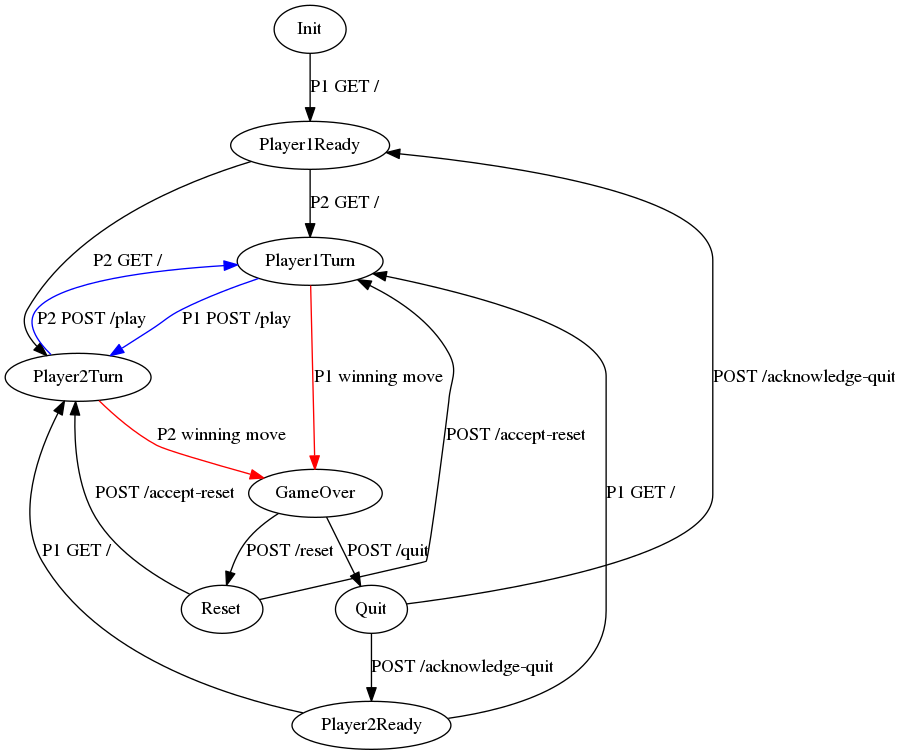
The Graphviz diagram doc/finite-state-machine.png in lj-ditrapani/tic-tac-toe, before a commit. Its source is kept beside it as doc/finite-state-machine.dot. The source it was exported from:
```dot
digraph {
Init -> Player1Ready[label="P1 GET /"];
Player1Ready -> Player1Turn[label="P2 GET /"];
Player1Ready -> Player2Turn[label="P2 GET /"];
Player2Ready -> Player1Turn[label="P1 GET /"];
Player2Ready -> Player2Turn[label="P1 GET /"];
Player1Turn -> Player2Turn[label="P1 POST /play", color="blue"];
Player2Turn -> Player1Turn[label="P2 POST /play", color="blue"];
Player1Turn -> GameOver[label="P1 winning move", color="red"];
Player2Turn -> GameOver[label="P2 winning move", color="red"];
GameOver -> Reset[label="POST /reset"];
GameOver -> Quit[label="POST /quit"];
Reset -> Player1Turn[label="POST /accept-reset"];
Reset -> Player2Turn[label="POST /accept-reset"];
Quit -> Player1Ready[label="POST /acknowledge-quit"];
Quit -> Player2Ready[label="POST /acknowledge-quit"];
}
```
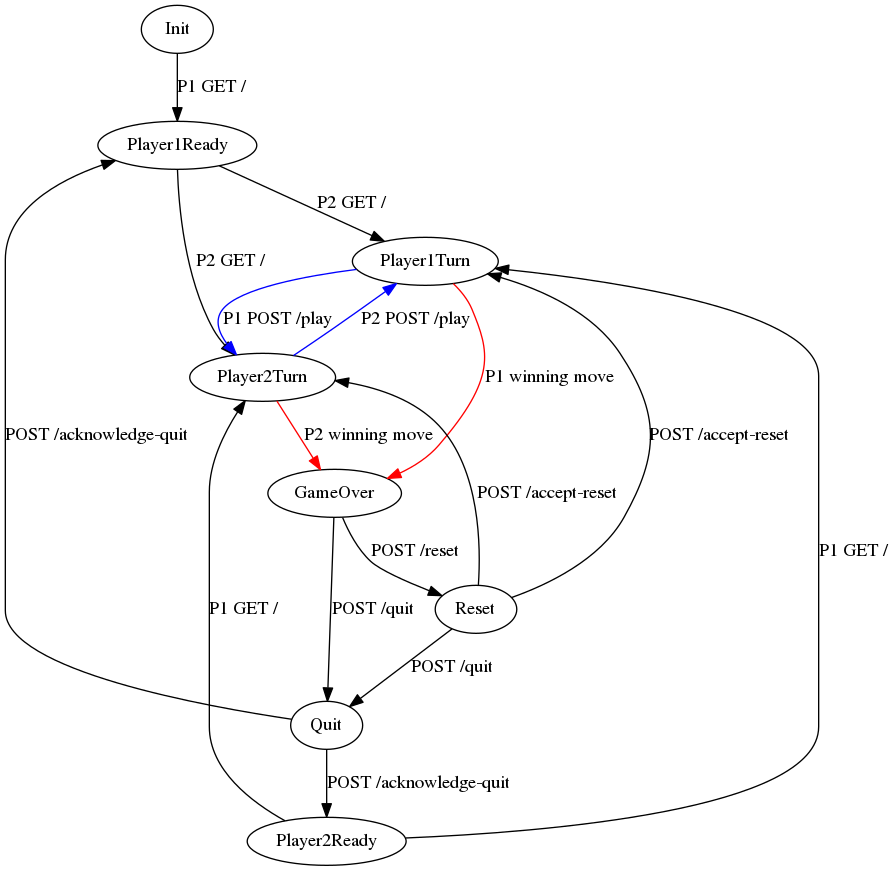
Later version of the same file.

The edit, as a diff of the source:
```diff
@@ -12,6 +12,7 @@
 GameOver -> Quit[label="POST /quit"];
 Reset -> Player1Turn[label="POST /accept-reset"];
 Reset -> Player2Turn[label="POST /accept-reset"];
+Reset -> Quit[label="POST /quit"];
 Quit -> Player1Ready[label="POST /acknowledge-quit"];
 Quit -> Player2Ready[label="POST /acknowledge-quit"];
 }
```
